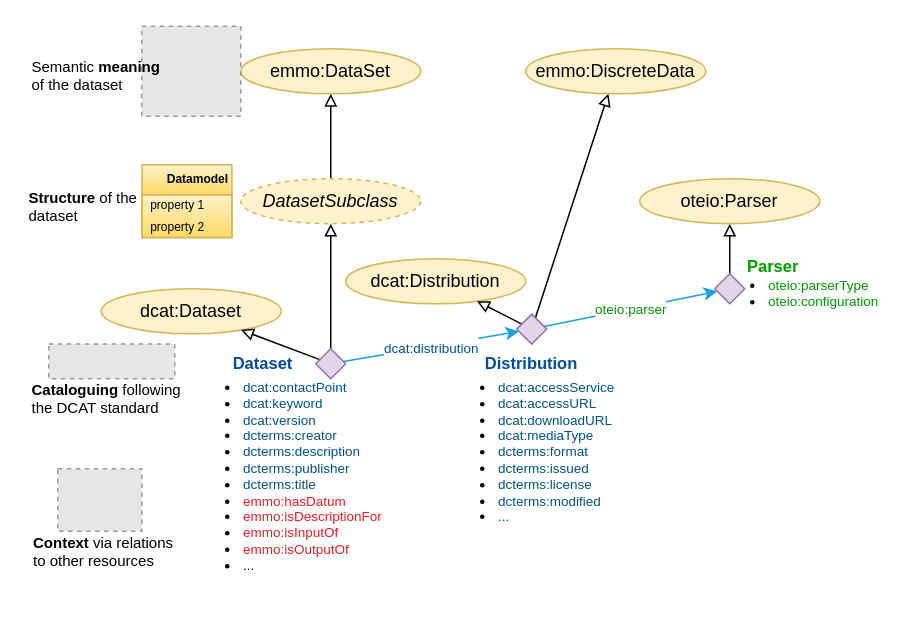
This is page "Provider" (2 of 19) of docs/figs/dataset.drawio from EMMC-ASBL/tripper, a draw.io file, before an edit. Source tidied: cells renumbered, new cells numbered last; positions are measured from the earlier drawing's top-left corner, leaving out a move shared by most shapes. Both pictures are drawn from the tidied source at 150%, with x=0, y=0 at pixel (26, 26). Pictures stored in the file or linked from it are replaced by grey dashed boxes.
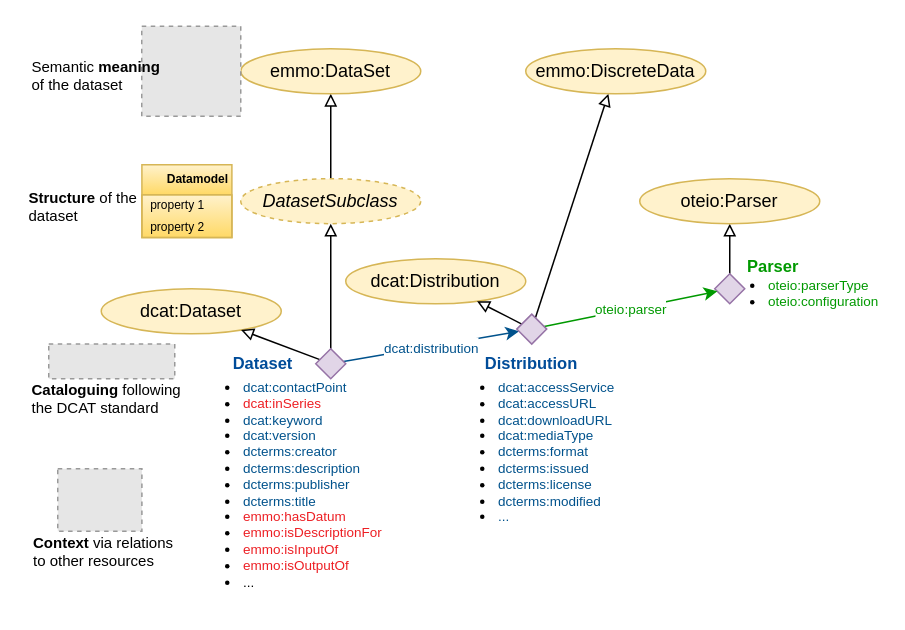
The same page after the edit.

The change refers to these unchanged cells:
```xml
<mxCell id="13" style="rhombus;whiteSpace=wrap;html=1;fillColor=#e1d5e7;strokeColor=#9673a6;" parent="1" vertex="1">
  <mxGeometry x="193" y="215" width="20" height="20" as="geometry" />
</mxCell>
<mxCell id="15" style="rhombus;whiteSpace=wrap;html=1;fillColor=#e1d5e7;strokeColor=#9673a6;" parent="1" vertex="1">
  <mxGeometry x="459" y="165" width="20" height="20" as="geometry" />
</mxCell>
<mxCell id="18" style="rhombus;whiteSpace=wrap;html=1;fillColor=#e1d5e7;strokeColor=#9673a6;" parent="1" vertex="1">
  <mxGeometry x="327" y="191.9" width="20" height="20" as="geometry" />
</mxCell>
```

Change to the diagram source:
```diff
@@
-    <mxCell id="4" value="&lt;ul&gt;&lt;li&gt;&lt;font color=&quot;#00528c&quot;&gt;dcat:contactPoint&lt;/font&gt;&lt;/li&gt;&lt;li&gt;&lt;font color=&quot;#00528c&quot;&gt;&lt;span style=&quot;background-color: initial;&quot;&gt;dcat:keyword&lt;/span&gt;&lt;br&gt;&lt;/font&gt;&lt;/li&gt;&lt;li&gt;&lt;font color=&quot;#00528c&quot; style=&quot;font-size: 9px&quot;&gt;dcat:version&lt;/font&gt;&lt;/li&gt;&lt;li&gt;&lt;span style=&quot;color: rgb(0, 82, 140); background-color: initial;&quot;&gt;dcterms:creator&lt;/span&gt;&lt;br&gt;&lt;/li&gt;&lt;li&gt;&lt;font color=&quot;#00528c&quot; style=&quot;font-size: 9px&quot;&gt;dcterms:description&lt;/font&gt;&lt;/li&gt;&lt;li&gt;&lt;span style=&quot;color: rgb(0, 82, 140); background-color: initial;&quot;&gt;dcterms:publisher&lt;/span&gt;&lt;br&gt;&lt;/li&gt;&lt;li&gt;&lt;font color=&quot;#00528c&quot;&gt;dcterms:title&lt;/font&gt;&lt;/li&gt;&lt;li&gt;&lt;font color=&quot;#ed1f24&quot;&gt;emmo:hasDatum&lt;/font&gt;&lt;/li&gt;&lt;li&gt;&lt;font color=&quot;#ed1f24&quot;&gt;emmo:isDescriptionFor&lt;/font&gt;&lt;/li&gt;&lt;li&gt;&lt;font color=&quot;#ed1f24&quot;&gt;emmo:isInputOf&lt;/font&gt;&lt;/li&gt;&lt;li&gt;&lt;font color=&quot;#ed1f24&quot;&gt;emmo:isOutputOf&lt;/font&gt;&lt;/li&gt;&lt;li&gt;&lt;font style=&quot;font-size: 9px&quot;&gt;...&lt;/font&gt;&lt;/li&gt;&lt;/ul&gt;&lt;div&gt;&lt;div&gt;&lt;/div&gt;&lt;/div&gt;" style="text;html=1;align=left;verticalAlign=top;whiteSpace=wrap;rounded=0;fontFamily=Helvetica;fontSize=9;fontColor=default;labelBackgroundColor=none;" parent="1" vertex="1">
+    <mxCell id="4" value="&lt;ul&gt;&lt;li&gt;&lt;font color=&quot;#00528c&quot;&gt;dcat:contactPoint&lt;/font&gt;&lt;/li&gt;&lt;li&gt;&lt;span style=&quot;background-color: initial;&quot;&gt;&lt;font color=&quot;#ed1f24&quot;&gt;dcat:inSeries&lt;/font&gt;&lt;/span&gt;&lt;/li&gt;&lt;li&gt;&lt;font color=&quot;#00528c&quot;&gt;&lt;span style=&quot;background-color: initial;&quot;&gt;dcat:keyword&lt;/span&gt;&lt;br&gt;&lt;/font&gt;&lt;/li&gt;&lt;li&gt;&lt;font color=&quot;#00528c&quot; style=&quot;font-size: 9px&quot;&gt;dcat:version&lt;/font&gt;&lt;/li&gt;&lt;li&gt;&lt;span style=&quot;color: rgb(0, 82, 140); background-color: initial;&quot;&gt;dcterms:creator&lt;/span&gt;&lt;br&gt;&lt;/li&gt;&lt;li&gt;&lt;font color=&quot;#00528c&quot; style=&quot;font-size: 9px&quot;&gt;dcterms:description&lt;/font&gt;&lt;/li&gt;&lt;li&gt;&lt;span style=&quot;color: rgb(0, 82, 140); background-color: initial;&quot;&gt;dcterms:publisher&lt;/span&gt;&lt;br&gt;&lt;/li&gt;&lt;li&gt;&lt;font color=&quot;#00528c&quot;&gt;dcterms:title&lt;/font&gt;&lt;/li&gt;&lt;li&gt;&lt;font color=&quot;#ed1f24&quot;&gt;emmo:hasDatum&lt;/font&gt;&lt;/li&gt;&lt;li&gt;&lt;font color=&quot;#ed1f24&quot;&gt;emmo:isDescriptionFor&lt;/font&gt;&lt;/li&gt;&lt;li&gt;&lt;font color=&quot;#ed1f24&quot;&gt;emmo:isInputOf&lt;/font&gt;&lt;/li&gt;&lt;li&gt;&lt;font color=&quot;#ed1f24&quot;&gt;emmo:isOutputOf&lt;/font&gt;&lt;/li&gt;&lt;li&gt;&lt;font style=&quot;font-size: 9px&quot;&gt;...&lt;/font&gt;&lt;/li&gt;&lt;/ul&gt;&lt;div&gt;&lt;div&gt;&lt;/div&gt;&lt;/div&gt;" style="text;html=1;align=left;verticalAlign=top;whiteSpace=wrap;rounded=0;fontFamily=Helvetica;fontSize=9;fontColor=default;labelBackgroundColor=none;" parent="1" vertex="1">
       <mxGeometry x="103" y="220" width="140" height="155" as="geometry" />
     </mxCell>
@@
-    <mxCell id="11" value="&lt;span style=&quot;font-size: 9px;&quot;&gt;&lt;font color=&quot;#00528c&quot;&gt;dcat:distribution&lt;/font&gt;&lt;/span&gt;" style="shape=connector;rounded=0;jettySize=auto;html=1;strokeColor=#1BA1E2;align=center;verticalAlign=middle;fontFamily=Helvetica;fontSize=11;fontColor=default;labelBackgroundColor=default;endArrow=classic;endFill=1;" parent="1" edge="1" source="13" target="18">
+    <mxCell id="11" value="&lt;span style=&quot;font-size: 9px;&quot;&gt;&lt;font color=&quot;#00528c&quot;&gt;dcat:distribution&lt;/font&gt;&lt;/span&gt;" style="shape=connector;rounded=0;jettySize=auto;html=1;strokeColor=#00528C;align=center;verticalAlign=middle;fontFamily=Helvetica;fontSize=11;fontColor=default;labelBackgroundColor=default;endArrow=classic;endFill=1;" parent="1" edge="1" source="13" target="18">
       <mxGeometry relative="1" as="geometry" />
     </mxCell>
@@
-    <mxCell id="17" value="&lt;font color=&quot;#009900&quot; style=&quot;font-size: 9px;&quot;&gt;oteio:parser&lt;/font&gt;" style="shape=connector;rounded=0;jettySize=auto;html=1;strokeColor=#1BA1E2;align=center;verticalAlign=middle;fontFamily=Helvetica;fontSize=11;fontColor=default;labelBackgroundColor=default;endArrow=classic;endFill=1;" parent="1" edge="1" source="18" target="15">
+    <mxCell id="17" value="&lt;font color=&quot;#009900&quot; style=&quot;font-size: 9px;&quot;&gt;oteio:parser&lt;/font&gt;" style="shape=connector;rounded=0;jettySize=auto;html=1;strokeColor=#009900;align=center;verticalAlign=middle;fontFamily=Helvetica;fontSize=11;fontColor=default;labelBackgroundColor=default;endArrow=classic;endFill=1;" parent="1" edge="1" source="18" target="15">
       <mxGeometry relative="1" as="geometry" />
     </mxCell>
```
